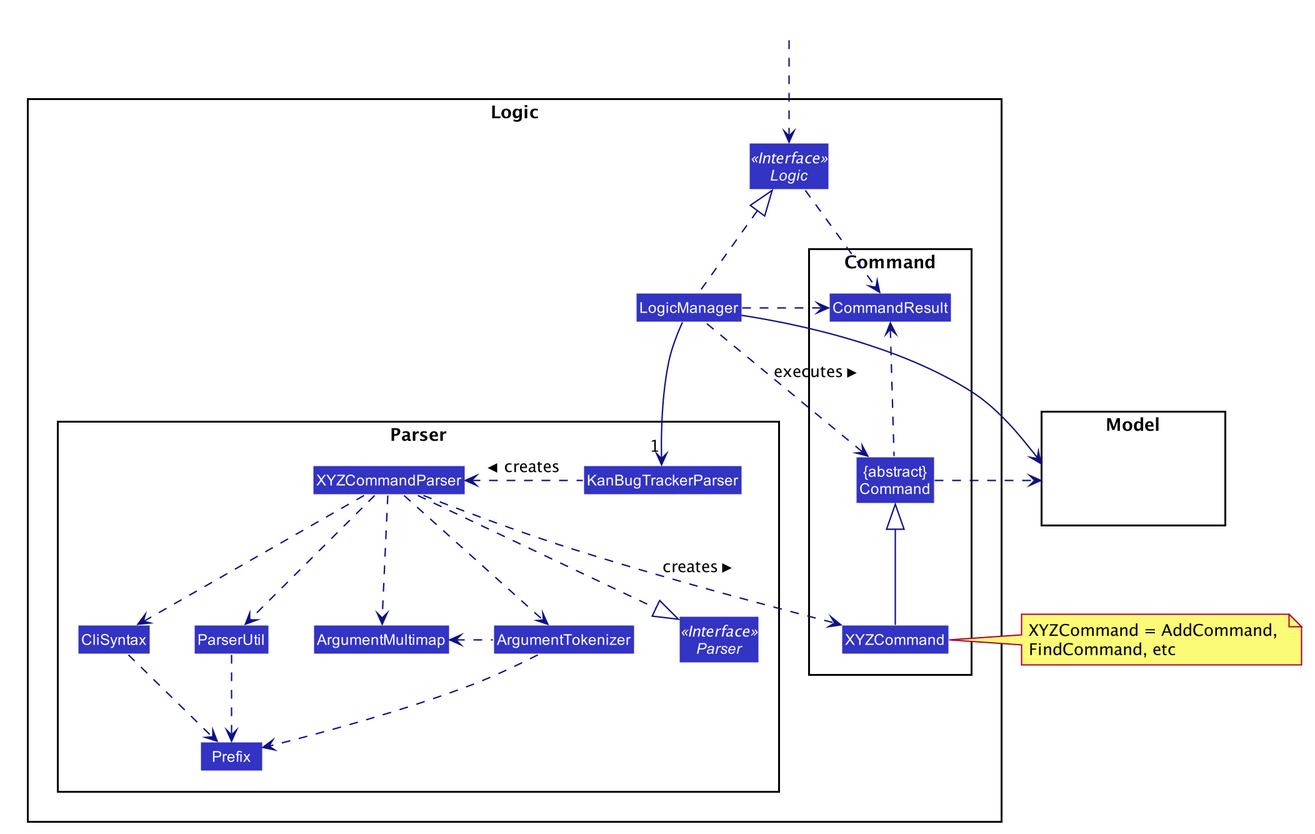
The PlantUML diagram docs/images/LogicClassDiagram.png in the-reefshark/tp, before a commit. Source of this version:
```plantuml
@startuml








skinparam BackgroundColor #FFFFFFF

skinparam Shadowing false

skinparam Class {
    FontColor #FFFFFF
    BorderThickness 1
    BorderColor #FFFFFF
    StereotypeFontColor #FFFFFF
    FontName Arial
}

skinparam Actor {
    BorderColor #000000
    Color #000000
    FontName Arial
}

skinparam Sequence {
    MessageAlign center
    BoxFontSize 15
    BoxPadding 0
    BoxFontColor #FFFFFF
    FontName Arial
}

skinparam Participant {
    FontColor #FFFFFFF
    Padding 20
}

skinparam MinClassWidth 50
skinparam ParticipantPadding 10
skinparam Shadowing false
skinparam DefaultTextAlignment center
skinparam packageStyle Rectangle

hide footbox
hide members
hide circle
skinparam arrowThickness 1.1
skinparam arrowColor #101086
skinparam classBackgroundColor #3333C4

package Logic {

package Parser {
Interface Parser <<Interface>>
Class KanBugTrackerParser
Class XYZCommandParser
Class CliSyntax
Class ParserUtil
Class ArgumentMultimap
Class ArgumentTokenizer
Class Prefix
}

package Command {
Class XYZCommand
Class CommandResult
Class "{abstract}\nCommand" as Command
}

Interface Logic <<Interface>>
Class LogicManager
}

package Model{
Class HiddenModel #FFFFFF
}

Class HiddenOutside #FFFFFF
HiddenOutside ..> Logic

LogicManager .up.|> Logic
LogicManager -->"1" KanBugTrackerParser
KanBugTrackerParser .left.> XYZCommandParser: creates >

XYZCommandParser ..> XYZCommand : creates >
XYZCommandParser ..|> Parser
XYZCommandParser ..> ArgumentMultimap
XYZCommandParser ..> ArgumentTokenizer
ArgumentTokenizer .left.> ArgumentMultimap
XYZCommandParser ..> CliSyntax
CliSyntax ..> Prefix
XYZCommandParser ..> ParserUtil
ParserUtil .down.> Prefix
ArgumentTokenizer .down.> Prefix
XYZCommand -up-|> Command
LogicManager .left.> Command : executes >

LogicManager --> Model
Command .right.> Model
note right of XYZCommand: XYZCommand = AddCommand, \nFindCommand, etc

Logic ..> CommandResult
LogicManager .down.> CommandResult
Command .up.> CommandResult
CommandResult -[hidden]-> Parser
@enduml
```
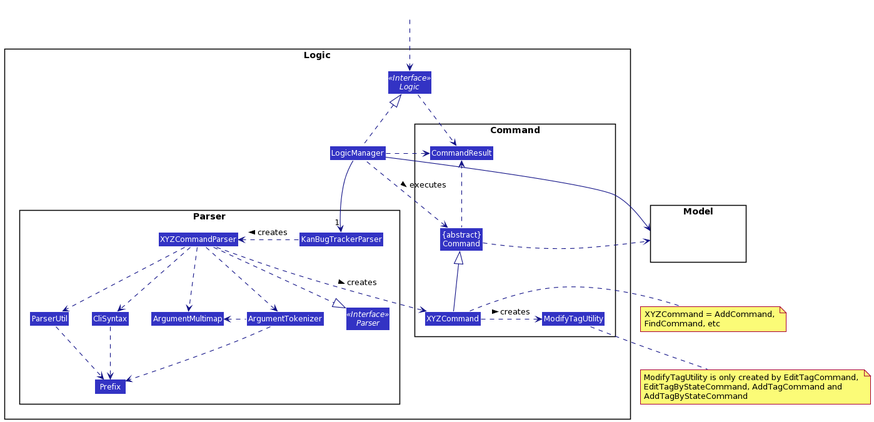
Above is the later version.

What changed in the source:
```diff
@@ -2,10 +2,31 @@
 
 
 
+!define UI_COLOR #1D8900
+!define UI_COLOR_T1 #83E769
+!define UI_COLOR_T2 #3FC71B
+!define UI_COLOR_T3 #166800
+!define UI_COLOR_T4 #0E4100
 
+!define LOGIC_COLOR #3333C4
+!define LOGIC_COLOR_T1 #C8C8FA
+!define LOGIC_COLOR_T2 #6A6ADC
+!define LOGIC_COLOR_T3 #1616B0
+!define LOGIC_COLOR_T4 #101086
 
+!define MODEL_COLOR #9D0012
+!define MODEL_COLOR_T1 #F97181
+!define MODEL_COLOR_T2 #E41F36
+!define MODEL_COLOR_T3 #7B000E
+!define MODEL_COLOR_T4 #51000A
 
+!define STORAGE_COLOR #A38300
+!define STORAGE_COLOR_T1 #FFE374
+!define STORAGE_COLOR_T2 #EDC520
+!define STORAGE_COLOR_T3 #806600
+!define STORAGE_COLOR_T2 #544400
 
+!define USER_COLOR #000000
 
 skinparam BackgroundColor #FFFFFFF
 
@@ -20,8 +41,8 @@
 }
 
 skinparam Actor {
-    BorderColor #000000
-    Color #000000
+    BorderColor USER_COLOR
+    Color USER_COLOR
     FontName Arial
 }
 
@@ -47,9 +68,11 @@
 hide footbox
 hide members
 hide circle
+
+
 skinparam arrowThickness 1.1
-skinparam arrowColor #101086
-skinparam classBackgroundColor #3333C4
+skinparam arrowColor LOGIC_COLOR_T4
+skinparam classBackgroundColor LOGIC_COLOR
 
 package Logic {
 
@@ -68,6 +91,7 @@
 Class XYZCommand
 Class CommandResult
 Class "{abstract}\nCommand" as Command
+Class ModifyTagUtility
 }
 
 Interface Logic <<Interface>>
@@ -84,6 +108,9 @@
 LogicManager .up.|> Logic
 LogicManager -->"1" KanBugTrackerParser
 KanBugTrackerParser .left.> XYZCommandParser: creates >
+
+XYZCommand .right.> ModifyTagUtility : creates >
+note bottom of ModifyTagUtility: ModifyTagUtility is only created by EditTagCommand, \nEditTagByStateCommand, AddTagCommand and \nAddTagByStateCommand
 
 XYZCommandParser ..> XYZCommand : creates >
 XYZCommandParser ..|> Parser
```
